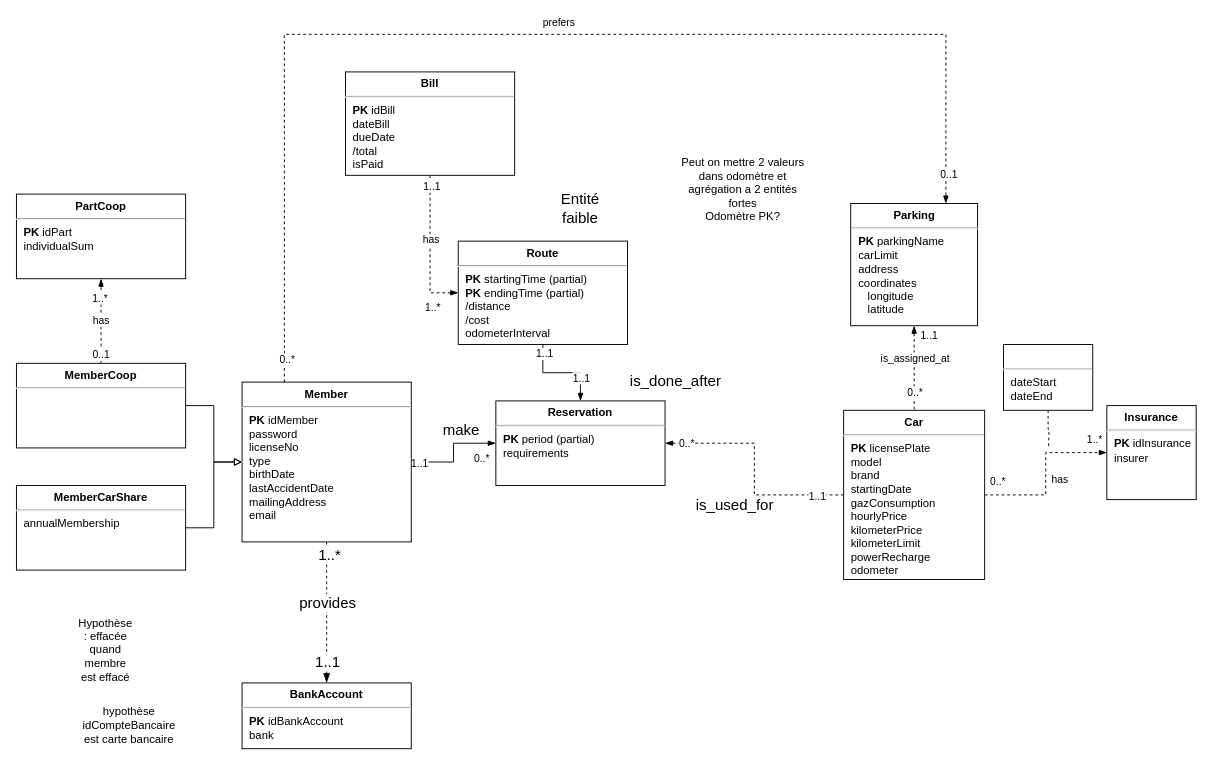
Earlier version of the draw.io diagram page "Juliette" (2 of 2) of TP4.drawio (lyg2/Reservation-SQL). Source tidied: cells renumbered, new cells numbered last; positions are measured from the earlier drawing's top-left corner, leaving out a move shared by most shapes. Both pictures are drawn from the tidied source at 94%, with x=0, y=0 at pixel (16, 34).
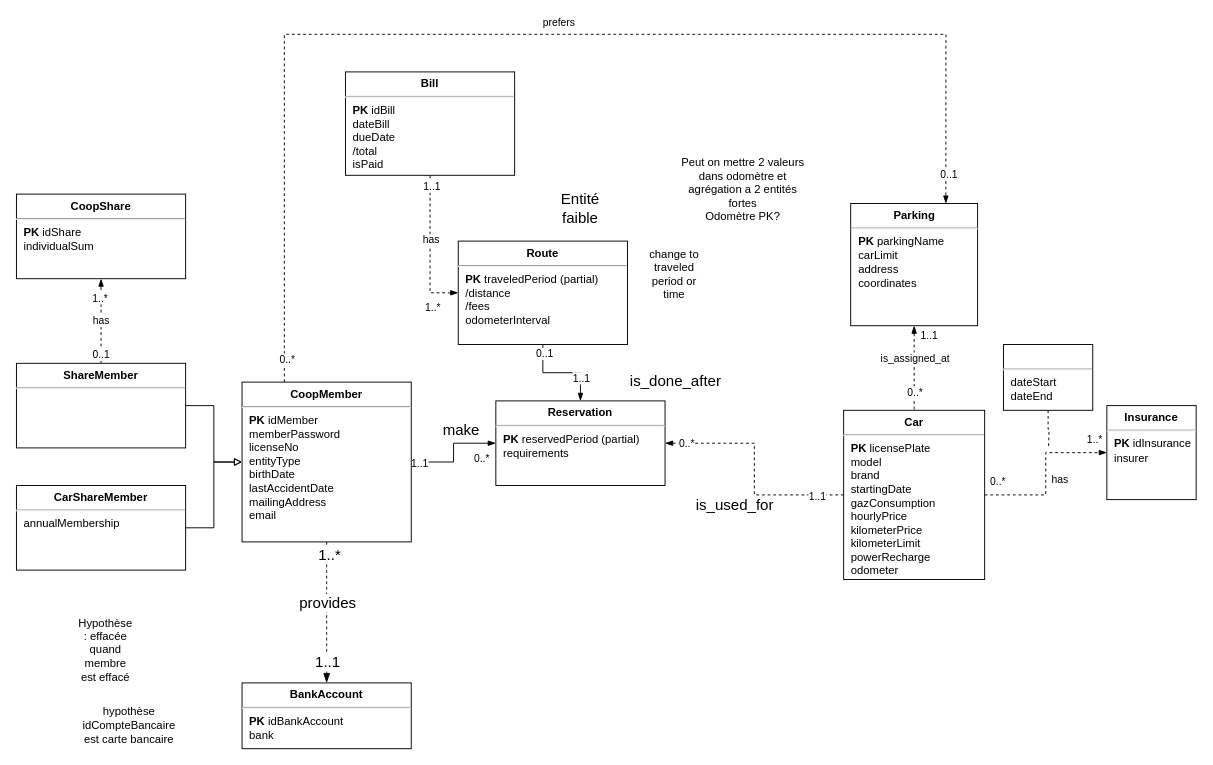
After the change.

Unchanged cells that the change refers to:
```xml
<mxCell id="26" style="edgeStyle=orthogonalEdgeStyle;rounded=0;jettySize=auto;html=1;endArrow=blockThin;endFill=1;entryX=0.5;entryY=0;entryDx=0;entryDy=0;startArrow=none;startFill=0;" parent="1" edge="1" source="30" target="52">
  <mxGeometry relative="1" as="geometry" />
</mxCell>
```

Diff of the diagram source:
```diff
@@
-    <mxCell id="11" value="&lt;p style=&quot;margin:0px;margin-top:6px;text-align:center;&quot;&gt;&lt;b&gt;Parking&lt;/b&gt;&lt;/p&gt;&lt;hr&gt;&lt;p style=&quot;margin:0px;margin-left:8px;&quot;&gt;&lt;b&gt;PK&lt;/b&gt;&amp;nbsp;parkingName&lt;/p&gt;&lt;p style=&quot;margin:0px;margin-left:8px;&quot;&gt;carLimit&lt;/p&gt;&lt;p style=&quot;margin:0px;margin-left:8px;&quot;&gt;address&lt;/p&gt;&lt;p style=&quot;margin:0px;margin-left:8px;&quot;&gt;coordinates&lt;/p&gt;&lt;p style=&quot;margin:0px;margin-left:8px;&quot;&gt;&amp;nbsp; &amp;nbsp;longitude&lt;/p&gt;&lt;p style=&quot;margin:0px;margin-left:8px;&quot;&gt;&amp;nbsp; &amp;nbsp;latitude&lt;/p&gt;" style="align=left;overflow=fill;html=1;" parent="1" vertex="1">
+    <mxCell id="11" value="&lt;p style=&quot;margin:0px;margin-top:6px;text-align:center;&quot;&gt;&lt;b&gt;Parking&lt;/b&gt;&lt;/p&gt;&lt;hr&gt;&lt;p style=&quot;margin:0px;margin-left:8px;&quot;&gt;&lt;b&gt;PK&lt;/b&gt;&amp;nbsp;parkingName&lt;/p&gt;&lt;p style=&quot;margin:0px;margin-left:8px;&quot;&gt;carLimit&lt;/p&gt;&lt;p style=&quot;margin:0px;margin-left:8px;&quot;&gt;address&lt;/p&gt;&lt;p style=&quot;margin:0px;margin-left:8px;&quot;&gt;coordinates&lt;/p&gt;" style="align=left;overflow=fill;html=1;" parent="1" vertex="1">
       <mxGeometry x="887.5" y="180" width="135" height="130" as="geometry" />
     </mxCell>
@@
-    <mxCell id="16" value="&lt;p style=&quot;margin:0px;margin-top:6px;text-align:center;&quot;&gt;&lt;b&gt;MemberCoop&lt;/b&gt;&lt;/p&gt;&lt;hr&gt;&lt;p style=&quot;margin:0px;margin-left:8px;&quot;&gt;&lt;br&gt;&lt;/p&gt;&lt;p style=&quot;margin:0px;margin-left:8px;&quot;&gt;&lt;br&gt;&lt;/p&gt;" style="align=left;overflow=fill;html=1;" parent="1" vertex="1">
+    <mxCell id="16" value="&lt;p style=&quot;margin:0px;margin-top:6px;text-align:center;&quot;&gt;&lt;b&gt;ShareMember&lt;/b&gt;&lt;/p&gt;&lt;hr&gt;&lt;p style=&quot;margin:0px;margin-left:8px;&quot;&gt;&lt;br&gt;&lt;/p&gt;&lt;p style=&quot;margin:0px;margin-left:8px;&quot;&gt;&lt;br&gt;&lt;/p&gt;" style="align=left;overflow=fill;html=1;" parent="1" vertex="1">
       <mxGeometry y="350" width="180" height="90" as="geometry" />
     </mxCell>
@@
-    <mxCell id="28" value="1..1" style="edgeLabel;html=1;align=center;verticalAlign=middle;" parent="26" vertex="1">
+    <mxCell id="28" value="0..1" style="edgeLabel;html=1;align=center;verticalAlign=middle;" parent="26" vertex="1">
       <mxGeometry x="-0.83" y="1" relative="1" as="geometry" />
     </mxCell>
@@
-    <mxCell id="30" value="&lt;p style=&quot;margin:0px;margin-top:6px;text-align:center;&quot;&gt;&lt;b&gt;Route&lt;/b&gt;&lt;/p&gt;&lt;hr&gt;&lt;p style=&quot;margin:0px;margin-left:8px;&quot;&gt;&lt;b&gt;PK&lt;/b&gt;&amp;nbsp;startingTime (partial)&lt;/p&gt;&lt;p style=&quot;margin:0px;margin-left:8px;&quot;&gt;&lt;b&gt;PK&lt;/b&gt; endingTime (partial)&lt;/p&gt;&lt;p style=&quot;margin:0px;margin-left:8px;&quot;&gt;/distance&lt;/p&gt;&lt;p style=&quot;margin:0px;margin-left:8px;&quot;&gt;/cost&lt;/p&gt;&lt;p style=&quot;margin:0px;margin-left:8px;&quot;&gt;odometerInterval&lt;/p&gt;" style="align=left;overflow=fill;html=1;" parent="1" vertex="1">
+    <mxCell id="30" value="&lt;p style=&quot;margin:0px;margin-top:6px;text-align:center;&quot;&gt;&lt;b&gt;Route&lt;/b&gt;&lt;/p&gt;&lt;hr&gt;&lt;p style=&quot;margin:0px;margin-left:8px;&quot;&gt;&lt;b&gt;PK&lt;/b&gt;&amp;nbsp;traveledPeriod (partial)&lt;/p&gt;&lt;p style=&quot;margin:0px;margin-left:8px;&quot;&gt;/distance&lt;/p&gt;&lt;p style=&quot;margin:0px;margin-left:8px;&quot;&gt;/fees&lt;/p&gt;&lt;p style=&quot;margin:0px;margin-left:8px;&quot;&gt;odometerInterval&lt;/p&gt;" style="align=left;overflow=fill;html=1;" parent="1" vertex="1">
       <mxGeometry x="470" y="220" width="180" height="110" as="geometry" />
     </mxCell>
@@
-    <mxCell id="34" value="&lt;p style=&quot;margin:0px;margin-top:6px;text-align:center;&quot;&gt;&lt;b&gt;MemberCarShare&lt;/b&gt;&lt;/p&gt;&lt;hr&gt;&lt;p style=&quot;margin:0px;margin-left:8px;&quot;&gt;annualMembership&lt;/p&gt;" style="align=left;overflow=fill;html=1;" parent="1" vertex="1">
+    <mxCell id="34" value="&lt;p style=&quot;margin:0px;margin-top:6px;text-align:center;&quot;&gt;&lt;b&gt;CarShareMember&lt;/b&gt;&lt;/p&gt;&lt;hr&gt;&lt;p style=&quot;margin:0px;margin-left:8px;&quot;&gt;annualMembership&lt;/p&gt;" style="align=left;overflow=fill;html=1;" parent="1" vertex="1">
       <mxGeometry y="480" width="180" height="90" as="geometry" />
     </mxCell>
-    <mxCell id="35" value="&lt;p style=&quot;margin:0px;margin-top:6px;text-align:center;&quot;&gt;&lt;b&gt;PartCoop&lt;/b&gt;&lt;/p&gt;&lt;hr&gt;&lt;p style=&quot;margin:0px;margin-left:8px;&quot;&gt;&lt;b&gt;PK &lt;/b&gt;idPart&lt;/p&gt;&lt;p style=&quot;margin:0px;margin-left:8px;&quot;&gt;individualSum&lt;/p&gt;&lt;p style=&quot;margin:0px;margin-left:8px;&quot;&gt;&lt;br&gt;&lt;/p&gt;" style="align=left;overflow=fill;html=1;" parent="1" vertex="1">
+    <mxCell id="35" value="&lt;p style=&quot;margin:0px;margin-top:6px;text-align:center;&quot;&gt;&lt;b&gt;CoopShare&lt;/b&gt;&lt;/p&gt;&lt;hr&gt;&lt;p style=&quot;margin:0px;margin-left:8px;&quot;&gt;&lt;b&gt;PK &lt;/b&gt;idShare&lt;/p&gt;&lt;p style=&quot;margin:0px;margin-left:8px;&quot;&gt;individualSum&lt;/p&gt;&lt;p style=&quot;margin:0px;margin-left:8px;&quot;&gt;&lt;br&gt;&lt;/p&gt;" style="align=left;overflow=fill;html=1;" parent="1" vertex="1">
       <mxGeometry y="170" width="180" height="90" as="geometry" />
     </mxCell>
@@
-    <mxCell id="44" value="&lt;p style=&quot;margin:0px;margin-top:6px;text-align:center;&quot;&gt;&lt;b&gt;Member&lt;/b&gt;&lt;/p&gt;&lt;hr&gt;&lt;p style=&quot;margin:0px;margin-left:8px;&quot;&gt;&lt;b&gt;PK &lt;/b&gt;idMember&lt;/p&gt;&lt;p style=&quot;margin:0px;margin-left:8px;&quot;&gt;password&lt;/p&gt;&lt;p style=&quot;margin:0px;margin-left:8px;&quot;&gt;licenseNo&lt;/p&gt;&lt;p style=&quot;margin:0px;margin-left:8px;&quot;&gt;type&lt;/p&gt;&lt;p style=&quot;margin:0px;margin-left:8px;&quot;&gt;birthDate&lt;br&gt;&lt;/p&gt;&lt;p style=&quot;margin:0px;margin-left:8px;&quot;&gt;lastAccidentDate&lt;br&gt;&lt;/p&gt;&lt;p style=&quot;margin:0px;margin-left:8px;&quot;&gt;mailingAddress&lt;/p&gt;&lt;p style=&quot;margin:0px;margin-left:8px;&quot;&gt;email&lt;/p&gt;&lt;p style=&quot;margin:0px;margin-left:8px;&quot;&gt;&lt;br&gt;&lt;/p&gt;" style="align=left;overflow=fill;html=1;" parent="1" vertex="1">
+    <mxCell id="44" value="&lt;p style=&quot;margin:0px;margin-top:6px;text-align:center;&quot;&gt;&lt;b&gt;CoopMember&lt;/b&gt;&lt;/p&gt;&lt;hr&gt;&lt;p style=&quot;margin:0px;margin-left:8px;&quot;&gt;&lt;b&gt;PK &lt;/b&gt;idMember&lt;/p&gt;&lt;p style=&quot;margin:0px;margin-left:8px;&quot;&gt;memberPassword&lt;/p&gt;&lt;p style=&quot;margin:0px;margin-left:8px;&quot;&gt;licenseNo&lt;/p&gt;&lt;p style=&quot;margin:0px;margin-left:8px;&quot;&gt;entityType&lt;/p&gt;&lt;p style=&quot;margin:0px;margin-left:8px;&quot;&gt;birthDate&lt;br&gt;&lt;/p&gt;&lt;p style=&quot;margin:0px;margin-left:8px;&quot;&gt;lastAccidentDate&lt;br&gt;&lt;/p&gt;&lt;p style=&quot;margin:0px;margin-left:8px;&quot;&gt;mailingAddress&lt;/p&gt;&lt;p style=&quot;margin:0px;margin-left:8px;&quot;&gt;email&lt;/p&gt;&lt;p style=&quot;margin:0px;margin-left:8px;&quot;&gt;&lt;br&gt;&lt;/p&gt;" style="align=left;overflow=fill;html=1;" parent="1" vertex="1">
       <mxGeometry x="240" y="370" width="180" height="170" as="geometry" />
     </mxCell>
@@
-    <mxCell id="52" value="&lt;p style=&quot;margin:0px;margin-top:6px;text-align:center;&quot;&gt;&lt;b&gt;Reservation&lt;/b&gt;&lt;/p&gt;&lt;hr&gt;&lt;p style=&quot;border-color: var(--border-color); margin: 0px 0px 0px 8px;&quot;&gt;&lt;b&gt;PK&lt;/b&gt; period (partial)&lt;/p&gt;&lt;p style=&quot;border-color: var(--border-color); margin: 0px 0px 0px 8px;&quot;&gt;&lt;span style=&quot;background-color: initial;&quot;&gt;requirements&lt;/span&gt;&lt;/p&gt;" style="align=left;overflow=fill;html=1;" parent="1" vertex="1">
+    <mxCell id="52" value="&lt;p style=&quot;margin:0px;margin-top:6px;text-align:center;&quot;&gt;&lt;b&gt;Reservation&lt;/b&gt;&lt;/p&gt;&lt;hr&gt;&lt;p style=&quot;border-color: var(--border-color); margin: 0px 0px 0px 8px;&quot;&gt;&lt;b&gt;PK&lt;/b&gt;&amp;nbsp;reservedPeriod (partial)&lt;/p&gt;&lt;p style=&quot;border-color: var(--border-color); margin: 0px 0px 0px 8px;&quot;&gt;&lt;span style=&quot;background-color: initial;&quot;&gt;requirements&lt;/span&gt;&lt;/p&gt;" style="align=left;overflow=fill;html=1;" parent="1" vertex="1">
       <mxGeometry x="510" y="390" width="180" height="90" as="geometry" />
     </mxCell>
@@
+    <mxCell id="55" value="change to traveled period or time" style="text;html=1;strokeColor=none;fillColor=none;align=center;verticalAlign=middle;whiteSpace=wrap;rounded=0;" parent="1" vertex="1">
+      <mxGeometry x="670" y="240" width="60" height="30" as="geometry" />
+    </mxCell>
```
